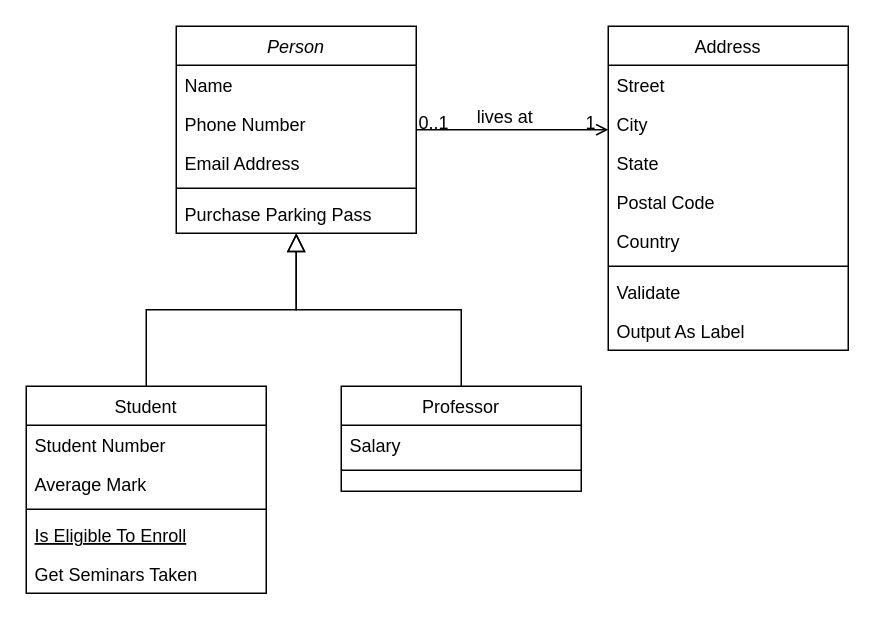
Above: Untitled Diagram.drawio in niralar/viraivil (draw.io), before the change. Source tidied: cells renumbered, new cells numbered last; positions are measured from the earlier drawing's top-left corner, leaving out a move shared by most shapes. Both pictures are drawn from the tidied source at 150%, with x=0, y=0 at pixel (26, 26).
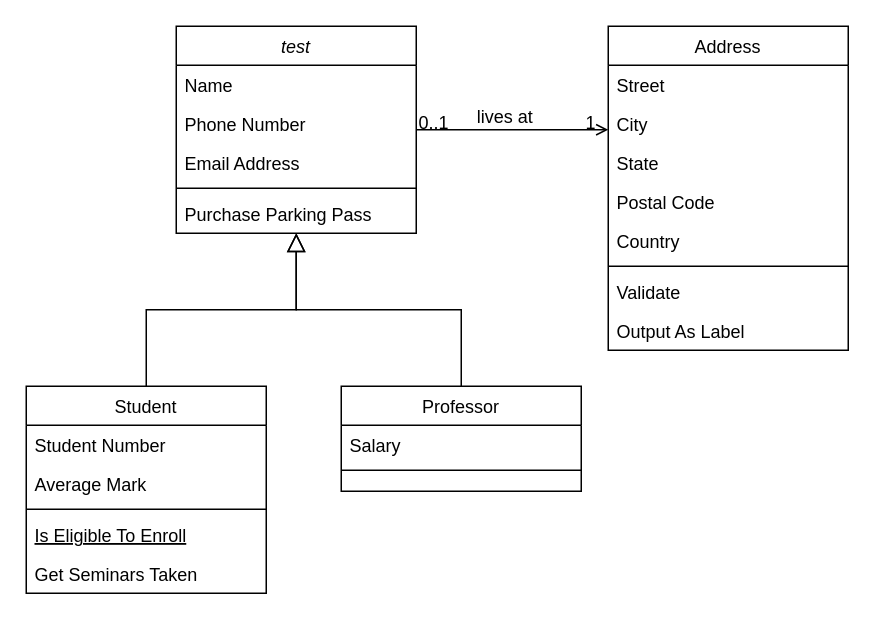
After the change.

The edit, as a diff of the source:
```diff
@@
-    <mxCell id="2" value="Person" style="swimlane;fontStyle=2;align=center;verticalAlign=top;horizontal=1;startSize=26;rounded=0;shadow=0;strokeWidth=1;" parent="1" vertex="1">
+    <mxCell id="2" value="test" style="swimlane;fontStyle=2;align=center;verticalAlign=top;horizontal=1;startSize=26;rounded=0;shadow=0;strokeWidth=1;" parent="1" vertex="1">
       <mxGeometry x="100" width="160" height="138" as="geometry" />
     </mxCell>
```
